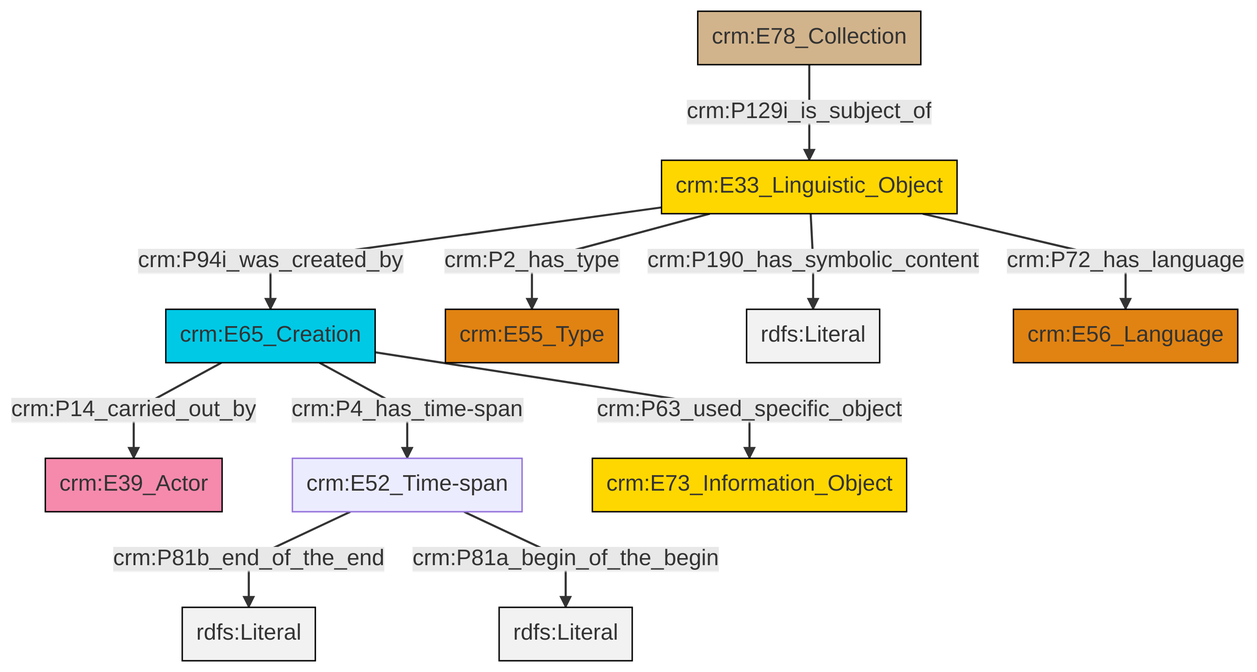
swiss-art-research-net/docs.swissartresearch keeps this Mermaid diagram as et/archivalCSV/ttl/mmd/png/archival_desc.png. Above is the earlier version. Its source is kept beside it as et/archivalCSV/ttl/mmd/archival_desc.ttl.mmd.
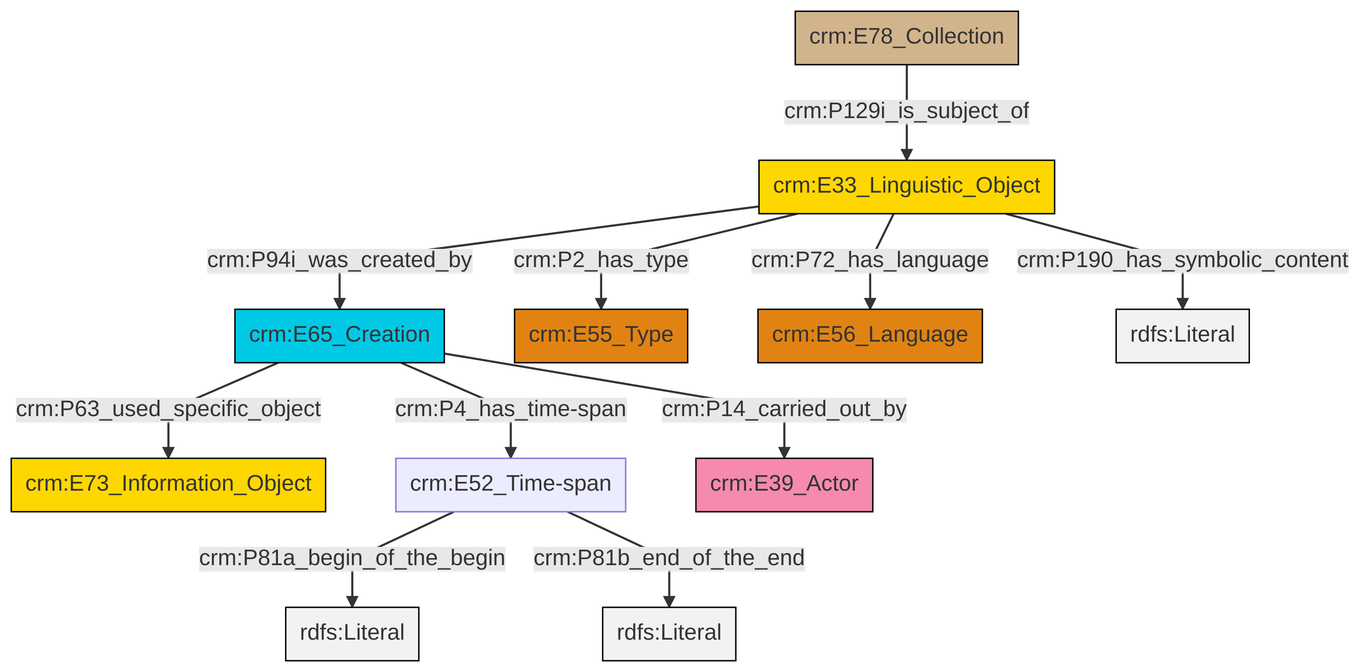
The same file after the commit.

Change to the diagram source:
```diff
@@ -13,13 +13,13 @@
 classDef PC_Classes fill:#4ce600, stroke:#000000;
 classDef Multi fill:#cccccc,stroke:#000000;
 
-2["crm:E33_Linguistic_Object"]:::Conceptual_Object -->|crm:P94i_was_created_by| 0["crm:E65_Creation"]:::Temporal_Entity
-0["crm:E65_Creation"]:::Temporal_Entity -->|crm:P14_carried_out_by| 3["crm:E39_Actor"]:::Actor
-0["crm:E65_Creation"]:::Temporal_Entity -->|crm:P4_has_time-span| 4["crm:E52_Time-span"]:::Default
-2["crm:E33_Linguistic_Object"]:::Conceptual_Object -->|crm:P2_has_type| 8["crm:E55_Type"]:::Type
-4["crm:E52_Time-span"]:::Default -->|crm:P81b_end_of_the_end| 10[rdfs:Literal]:::Literal
-2["crm:E33_Linguistic_Object"]:::Conceptual_Object -->|crm:P190_has_symbolic_content| 11[rdfs:Literal]:::Literal
-4["crm:E52_Time-span"]:::Default -->|crm:P81a_begin_of_the_begin| 12[rdfs:Literal]:::Literal
-6["crm:E78_Collection"]:::Physical_Thing -->|crm:P129i_is_subject_of| 2["crm:E33_Linguistic_Object"]:::Conceptual_Object
-0["crm:E65_Creation"]:::Temporal_Entity -->|crm:P63_used_specific_object| 13["crm:E73_Information_Object"]:::Conceptual_Object
-2["crm:E33_Linguistic_Object"]:::Conceptual_Object -->|crm:P72_has_language| 14["crm:E56_Language"]:::Type
+0["crm:E78_Collection"]:::Physical_Thing -->|crm:P129i_is_subject_of| 1["crm:E33_Linguistic_Object"]:::Conceptual_Object
+5["crm:E65_Creation"]:::Temporal_Entity -->|crm:P63_used_specific_object| 3["crm:E73_Information_Object"]:::Conceptual_Object
+6["crm:E52_Time-span"]:::Default -->|crm:P81a_begin_of_the_begin| 7[rdfs:Literal]:::Literal
+1["crm:E33_Linguistic_Object"]:::Conceptual_Object -->|crm:P2_has_type| 8["crm:E55_Type"]:::Type
+1["crm:E33_Linguistic_Object"]:::Conceptual_Object -->|crm:P72_has_language| 9["crm:E56_Language"]:::Type
+1["crm:E33_Linguistic_Object"]:::Conceptual_Object -->|crm:P190_has_symbolic_content| 10[rdfs:Literal]:::Literal
+1["crm:E33_Linguistic_Object"]:::Conceptual_Object -->|crm:P94i_was_created_by| 5["crm:E65_Creation"]:::Temporal_Entity
+6["crm:E52_Time-span"]:::Default -->|crm:P81b_end_of_the_end| 11[rdfs:Literal]:::Literal
+5["crm:E65_Creation"]:::Temporal_Entity -->|crm:P4_has_time-span| 6["crm:E52_Time-span"]:::Default
+5["crm:E65_Creation"]:::Temporal_Entity -->|crm:P14_carried_out_by| 14["crm:E39_Actor"]:::Actor
```
